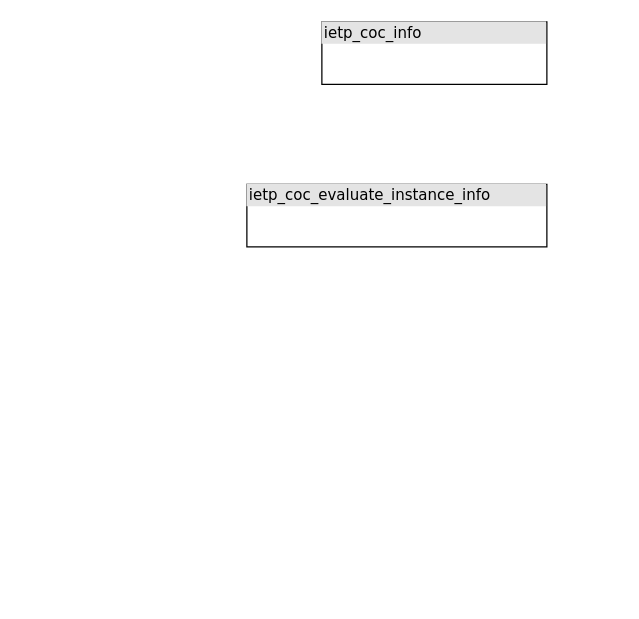
Above: 设计相关/COC er图.drawio in DemonHan/KuickBuy (draw.io), before the change. Source tidied: cells renumbered, new cells numbered last; positions are measured from the earlier drawing's top-left corner, leaving out a move shared by most shapes. Both pictures are drawn from the tidied source at 125%, with x=0, y=0 at pixel (246, 21).
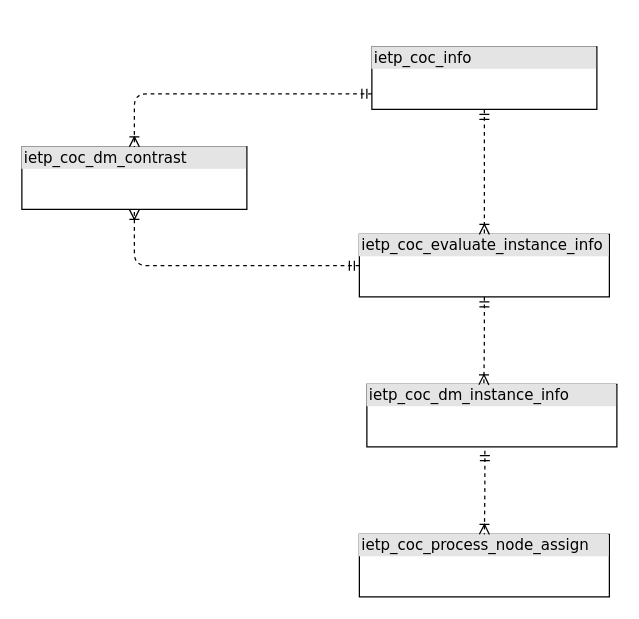
Above is the later version.

What changed in the source:
```diff
@@
 <mxGraphModel>
   <root>
     <mxCell id="0" />
     <mxCell id="1" parent="0" />
     <mxCell id="2" value="&lt;div style=&quot;box-sizing:border-box;width:100%;background:#e4e4e4;padding:2px;&quot;&gt;ietp_coc_info&lt;br&gt;&lt;/div&gt;" style="verticalAlign=top;align=left;overflow=fill;html=1;rounded=0;shadow=0;comic=0;labelBackgroundColor=none;strokeWidth=1;fontFamily=Verdana;fontSize=12;" parent="1" vertex="1">
-      <mxGeometry x="60" width="180" height="50" as="geometry" />
+      <mxGeometry x="100" y="20" width="180" height="50" as="geometry" />
     </mxCell>
     <mxCell id="3" value="&lt;div style=&quot;box-sizing:border-box;width:100%;background:#e4e4e4;padding:2px;&quot;&gt;ietp_coc_evaluate_instance_info&lt;br&gt;&lt;/div&gt;" style="verticalAlign=top;align=left;overflow=fill;html=1;rounded=0;shadow=0;comic=0;labelBackgroundColor=none;strokeWidth=1;fontFamily=Verdana;fontSize=12;" parent="1" vertex="1">
-      <mxGeometry y="130" width="240" height="50" as="geometry" />
+      <mxGeometry x="90" y="170" width="200" height="50" as="geometry" />
     </mxCell>
+    <mxCell id="4" style="edgeStyle=orthogonalEdgeStyle;html=1;endArrow=ERoneToMany;startArrow=ERmandOne;labelBackgroundColor=none;fontFamily=Verdana;fontSize=12;align=left;dashed=1;exitX=0.5;exitY=1;exitDx=0;exitDy=0;entryX=0.5;entryY=0;entryDx=0;entryDy=0;" parent="1" edge="1" source="2" target="3">
+      <mxGeometry relative="1" as="geometry" />
+    </mxCell>
+    <mxCell id="5" value="&lt;div style=&quot;box-sizing:border-box;width:100%;background:#e4e4e4;padding:2px;&quot;&gt;ietp_coc_dm_contrast&lt;br&gt;&lt;/div&gt;" style="verticalAlign=top;align=left;overflow=fill;html=1;rounded=0;shadow=0;comic=0;labelBackgroundColor=none;strokeWidth=1;fontFamily=Verdana;fontSize=12;" parent="1" vertex="1">
+      <mxGeometry x="-180" y="100" width="180" height="50" as="geometry" />
+    </mxCell>
+    <mxCell id="6" style="edgeStyle=orthogonalEdgeStyle;html=1;endArrow=ERoneToMany;startArrow=ERmandOne;labelBackgroundColor=none;fontFamily=Verdana;fontSize=12;align=left;dashed=1;exitX=0;exitY=0.75;exitDx=0;exitDy=0;entryX=0.5;entryY=0;entryDx=0;entryDy=0;" parent="1" edge="1" source="2" target="5">
+      <mxGeometry relative="1" as="geometry" />
+    </mxCell>
+    <mxCell id="7" style="edgeStyle=orthogonalEdgeStyle;html=1;endArrow=ERoneToMany;startArrow=ERmandOne;labelBackgroundColor=none;fontFamily=Verdana;fontSize=12;align=left;dashed=1;exitX=0;exitY=0.5;exitDx=0;exitDy=0;entryX=0.5;entryY=1;entryDx=0;entryDy=0;" parent="1" edge="1" source="3" target="5">
+      <mxGeometry relative="1" as="geometry" />
+    </mxCell>
+    <mxCell id="8" value="&lt;div style=&quot;box-sizing:border-box;width:100%;background:#e4e4e4;padding:2px;&quot;&gt;ietp_coc_dm_instance_info&lt;br&gt;&lt;/div&gt;" style="verticalAlign=top;align=left;overflow=fill;html=1;rounded=0;shadow=0;comic=0;labelBackgroundColor=none;strokeWidth=1;fontFamily=Verdana;fontSize=12;" parent="1" vertex="1">
+      <mxGeometry x="96" y="290" width="200" height="50" as="geometry" />
+    </mxCell>
+    <mxCell id="9" style="edgeStyle=orthogonalEdgeStyle;html=1;endArrow=ERoneToMany;startArrow=ERmandOne;labelBackgroundColor=none;fontFamily=Verdana;fontSize=12;align=left;dashed=1;exitX=0.5;exitY=1;exitDx=0;exitDy=0;entryX=0.468;entryY=0.007;entryDx=0;entryDy=0;entryPerimeter=0;" parent="1" edge="1" source="3" target="8">
+      <mxGeometry relative="1" as="geometry" />
+    </mxCell>
+    <mxCell id="10" value="&lt;div style=&quot;box-sizing:border-box;width:100%;background:#e4e4e4;padding:2px;&quot;&gt;ietp_coc_process_node_assign&lt;br&gt;&lt;/div&gt;" style="verticalAlign=top;align=left;overflow=fill;html=1;rounded=0;shadow=0;comic=0;labelBackgroundColor=none;strokeWidth=1;fontFamily=Verdana;fontSize=12;" parent="1" vertex="1">
+      <mxGeometry x="90" y="410" width="200" height="50" as="geometry" />
+    </mxCell>
+    <mxCell id="11" style="edgeStyle=orthogonalEdgeStyle;html=1;endArrow=ERoneToMany;startArrow=ERmandOne;labelBackgroundColor=none;fontFamily=Verdana;fontSize=12;align=left;dashed=1;exitX=0.472;exitY=1.06;exitDx=0;exitDy=0;entryX=0.5;entryY=0;entryDx=0;entryDy=0;exitPerimeter=0;" parent="1" edge="1" source="8" target="10">
+      <mxGeometry relative="1" as="geometry" />
+    </mxCell>
   </root>
 </mxGraphModel>
```
